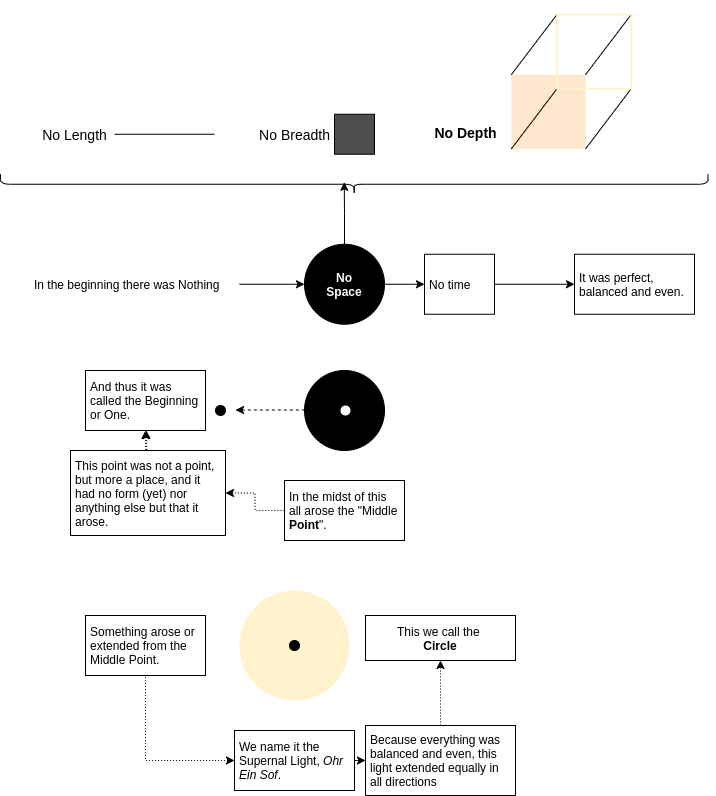
Above: site/posts/img/qkab/beginning.png in jewelsofthought/neshama (draw.io), before the change. Source tidied: cells renumbered, new cells last; positions are measured from the earlier drawing's top-left corner, leaving out a move shared by most shapes.
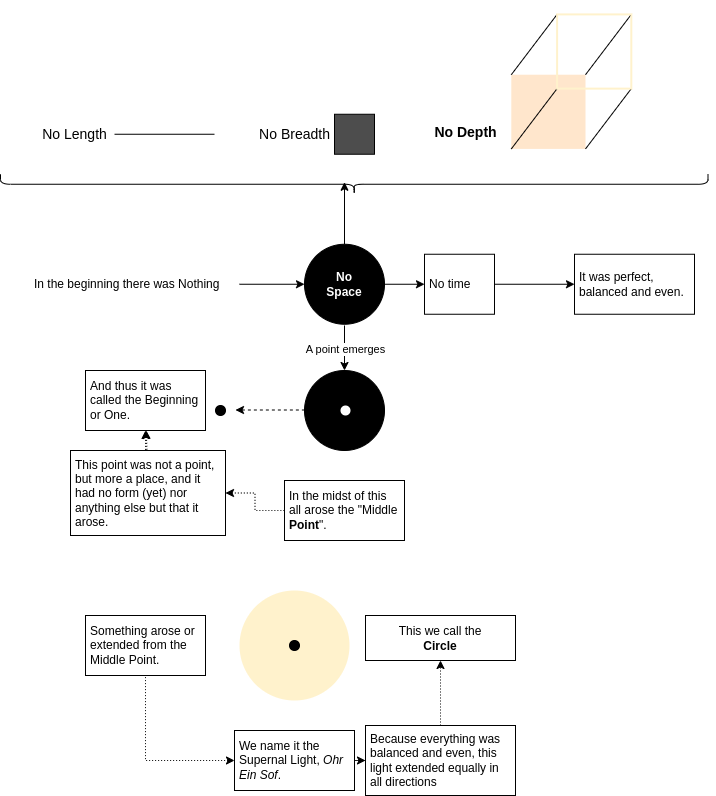
After the commit.

The edit, as a diff of the source:
```diff
@@ -72,7 +72,7 @@
     </mxCell>
     <mxCell id="23" style="edgeStyle=orthogonalEdgeStyle;rounded=0;jettySize=auto;html=1;entryX=0.1;entryY=0.5;entryDx=0;entryDy=0;entryPerimeter=0;" parent="1" edge="1" source="24">
       <mxGeometry relative="1" as="geometry">
-        <mxPoint x="314.8" y="351.8" as="targetPoint" />
+        <mxPoint x="315" y="351.8" as="targetPoint" />
       </mxGeometry>
     </mxCell>
     <mxCell id="24" value="&lt;b&gt;No&lt;br&gt;Space&lt;/b&gt;" style="ellipse;whiteSpace=wrap;html=1;fillColor=#000000;fontColor=#FFFFFF;" parent="1" vertex="1">
@@ -145,6 +145,15 @@
     <mxCell id="44" style="shape=curlyBracket;whiteSpace=wrap;html=1;rounded=1;fontSize=14;fontColor=#000000;strokeColor=#000000;strokeWidth=1;fillColor=none;rotation=-90;" parent="1" vertex="1">
       <mxGeometry x="314.8" width="20" height="707.5" as="geometry" />
     </mxCell>
+    <mxCell id="47" style="endArrow=classic;html=1;rounded=0;" parent="1" edge="1">
+      <mxGeometry relative="1" as="geometry">
+        <mxPoint x="315" y="495" as="sourcePoint" />
+        <mxPoint x="315" y="540" as="targetPoint" />
+      </mxGeometry>
+    </mxCell>
+    <mxCell id="48" value="A point emerges" style="edgeLabel;html=1;align=center;verticalAlign=middle;" parent="47" vertex="1">
+      <mxGeometry relative="1" as="geometry" />
+    </mxCell>
     <mxCell id="45" value="Depth" parent="0" />
     <mxCell id="46" value="&lt;font style=&quot;font-size: 14px&quot;&gt;&lt;b&gt;No Depth&lt;/b&gt;&lt;/font&gt;" style="text;html=1;align=center;verticalAlign=middle;strokeColor=none;fillColor=none;fontSize=12;fontColor=#000000;" parent="45" vertex="1">
       <mxGeometry x="396" y="292" width="80" height="20" as="geometry" />
```
